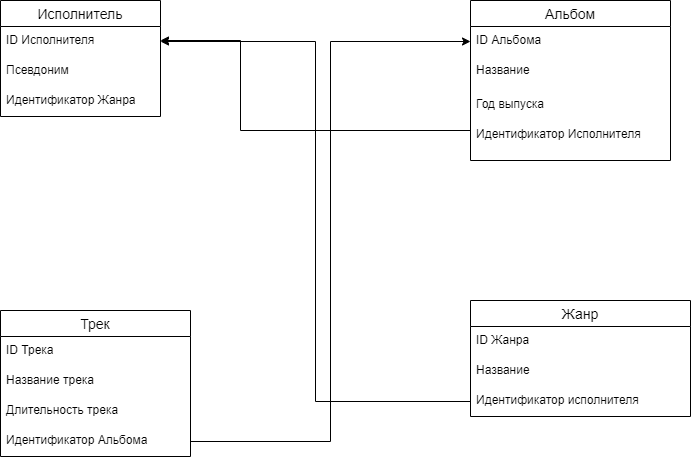
The draw.io diagram Base data.png in SergeyPoduzov/Postgrea_01, before a commit. Source tidied: cells renumbered, new cells last; positions are measured from the earlier drawing's top-left corner, leaving out a move shared by most shapes.
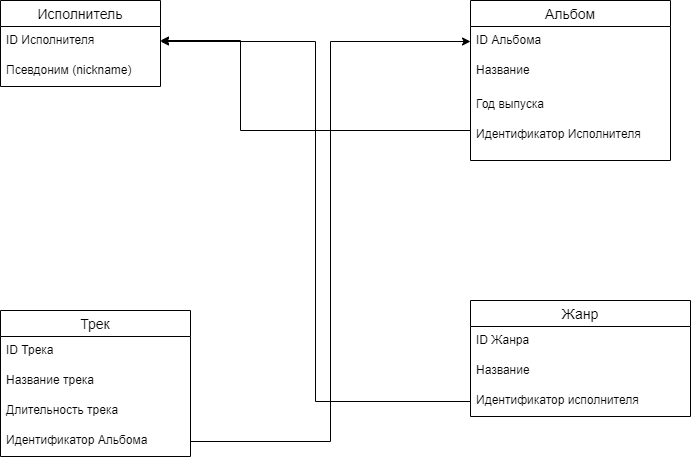
The same diagram one commit later.

The edit, as a diff of the source:
```diff
@@ -3,17 +3,14 @@
     <mxCell id="0" />
     <mxCell id="1" parent="0" />
     <mxCell id="2" value="Исполнитель" style="swimlane;fontStyle=0;horizontal=1;startSize=26;align=center;fontSize=14;" parent="1" vertex="1">
-      <mxGeometry width="160" height="116" as="geometry" />
+      <mxGeometry width="160" height="86" as="geometry" />
     </mxCell>
     <mxCell id="3" value="ID Исполнителя" style="text;strokeColor=none;fillColor=none;spacingLeft=4;spacingRight=4;overflow=hidden;points=[[0,0.5],[1,0.5]];portConstraint=eastwest;fontSize=12;" parent="2" vertex="1">
       <mxGeometry y="26" width="160" height="30" as="geometry" />
     </mxCell>
-    <mxCell id="4" value="Псевдоним" style="text;strokeColor=none;fillColor=none;spacingLeft=4;spacingRight=4;overflow=hidden;fontSize=12;" parent="2" vertex="1">
+    <mxCell id="4" value="Псевдоним (nickname)" style="text;strokeColor=none;fillColor=none;spacingLeft=4;spacingRight=4;overflow=hidden;fontSize=12;" parent="2" vertex="1">
       <mxGeometry y="56" width="160" height="30" as="geometry" />
     </mxCell>
-    <mxCell id="5" value="Идентификатор Жанра&#10;" style="text;strokeColor=none;fillColor=none;spacingLeft=4;spacingRight=4;overflow=hidden;fontSize=12;" parent="2" vertex="1">
-      <mxGeometry y="86" width="160" height="30" as="geometry" />
-    </mxCell>
     <mxCell id="6" value="Альбом" style="swimlane;fontStyle=0;horizontal=1;startSize=26;align=center;fontSize=14;" parent="1" vertex="1">
       <mxGeometry x="470" width="200" height="160" as="geometry" />
     </mxCell>
```
